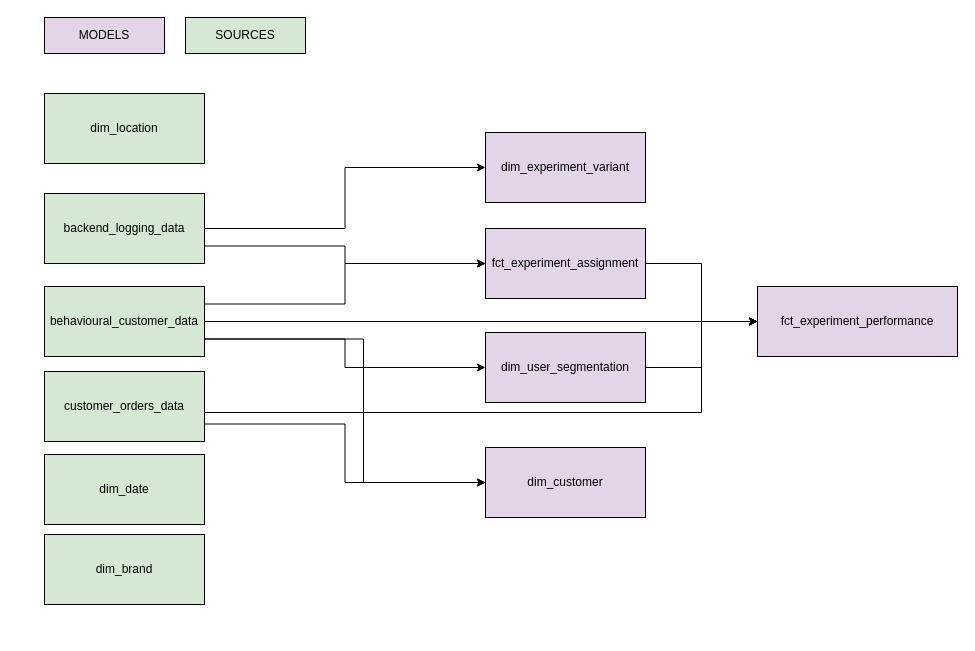
Above: page "Data Lineage" (3 of 7) of delivery hero.drawio in domenicoboris89/Diagrams (draw.io), before the change. Source tidied: cells renumbered, new cells numbered last; positions are measured from the earlier drawing's top-left corner, leaving out a move shared by most shapes. Both pictures are drawn from the tidied source at 100%, with x=0, y=0 at pixel (44, 17).
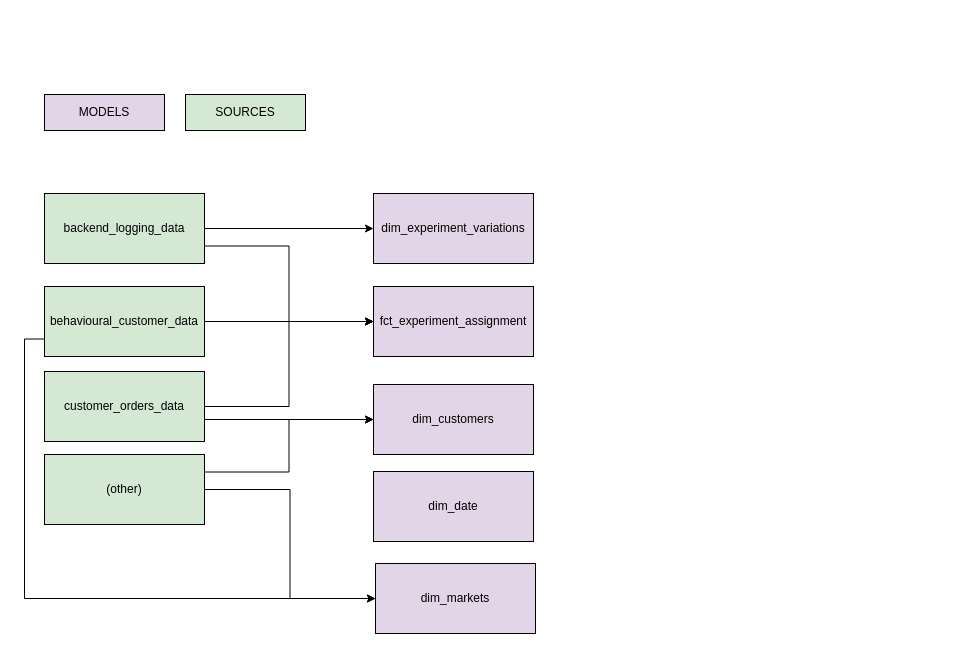
The same page after the edit.

The change refers to these unchanged cells:
```xml
<mxCell id="9" value="behavioural_customer_data" style="html=1;whiteSpace=wrap;fillColor=#D5E8D4;" parent="1" vertex="1">
  <mxGeometry y="269" width="160" height="70" as="geometry" />
</mxCell>
<mxCell id="12" value="customer_orders_data" style="html=1;whiteSpace=wrap;fillColor=#D5E8D4;" parent="1" vertex="1">
  <mxGeometry y="354" width="160" height="70" as="geometry" />
</mxCell>
```

Diff of the diagram source:
```diff
@@
-    <mxCell id="5" style="edgeStyle=orthogonalEdgeStyle;rounded=0;jettySize=auto;html=1;exitX=1;exitY=0.75;exitDx=0;exitDy=0;entryX=0;entryY=0.5;entryDx=0;entryDy=0;" parent="1" edge="1" source="9" target="18">
-      <mxGeometry relative="1" as="geometry" />
-    </mxCell>
-    <mxCell id="6" style="edgeStyle=orthogonalEdgeStyle;rounded=0;jettySize=auto;html=1;exitX=1;exitY=0.5;exitDx=0;exitDy=0;entryX=0;entryY=0.5;entryDx=0;entryDy=0;" parent="1" edge="1" source="9" target="19">
-      <mxGeometry relative="1" as="geometry" />
-    </mxCell>
-    <mxCell id="7" style="edgeStyle=orthogonalEdgeStyle;rounded=0;jettySize=auto;html=1;exitX=1;exitY=0.25;exitDx=0;exitDy=0;" parent="1" edge="1" source="9" target="21">
+    <mxCell id="7" style="edgeStyle=orthogonalEdgeStyle;rounded=0;jettySize=auto;html=1;exitX=1;exitY=0.5;exitDx=0;exitDy=0;entryX=0;entryY=0.5;entryDx=0;entryDy=0;" parent="1" edge="1" source="9" target="21">
       <mxGeometry relative="1" as="geometry" />
     </mxCell>
-    <mxCell id="8" style="edgeStyle=orthogonalEdgeStyle;rounded=0;jettySize=auto;html=1;exitX=1;exitY=0.75;exitDx=0;exitDy=0;entryX=0;entryY=0.5;entryDx=0;entryDy=0;" parent="1" edge="1" source="9" target="22">
-      <mxGeometry relative="1" as="geometry">
-        <Array as="points">
-          <mxPoint x="319" y="322" />
-          <mxPoint x="319" y="465" />
-        </Array>
-      </mxGeometry>
-    </mxCell>
+    <mxCell id="25" style="edgeStyle=orthogonalEdgeStyle;rounded=0;jettySize=auto;html=1;exitX=0;exitY=0.75;exitDx=0;exitDy=0;entryX=0;entryY=0.5;entryDx=0;entryDy=0;" parent="1" edge="1" source="9" target="29">
+      <mxGeometry relative="1" as="geometry" />
+    </mxCell>
@@
-    <mxCell id="10" style="edgeStyle=orthogonalEdgeStyle;rounded=0;jettySize=auto;html=1;exitX=1;exitY=0.75;exitDx=0;exitDy=0;entryX=0;entryY=0.5;entryDx=0;entryDy=0;" parent="1" edge="1" source="12" target="19">
-      <mxGeometry relative="1" as="geometry">
-        <Array as="points">
-          <mxPoint x="160" y="395" />
-          <mxPoint x="657" y="395" />
-          <mxPoint x="657" y="304" />
-        </Array>
-      </mxGeometry>
-    </mxCell>
-    <mxCell id="11" style="edgeStyle=orthogonalEdgeStyle;rounded=0;jettySize=auto;html=1;exitX=1;exitY=0.75;exitDx=0;exitDy=0;entryX=0;entryY=0.5;entryDx=0;entryDy=0;" parent="1" edge="1" source="12" target="22">
-      <mxGeometry relative="1" as="geometry" />
-    </mxCell>
+    <mxCell id="26" style="edgeStyle=orthogonalEdgeStyle;rounded=0;jettySize=auto;html=1;exitX=1;exitY=0.5;exitDx=0;exitDy=0;entryX=0;entryY=0.5;entryDx=0;entryDy=0;" parent="1" edge="1" source="12" target="21">
+      <mxGeometry relative="1" as="geometry" />
+    </mxCell>
+    <mxCell id="27" style="edgeStyle=orthogonalEdgeStyle;rounded=0;jettySize=auto;html=1;exitX=1;exitY=0.75;exitDx=0;exitDy=0;" parent="1" edge="1" source="12" target="28">
+      <mxGeometry relative="1" as="geometry">
+        <Array as="points">
+          <mxPoint x="160" y="402" />
+        </Array>
+      </mxGeometry>
+    </mxCell>
@@
-    <mxCell id="13" value="dim_date" style="html=1;whiteSpace=wrap;fillColor=#D5E8D4;" parent="1" vertex="1">
-      <mxGeometry y="437" width="160" height="70" as="geometry" />
-    </mxCell>
-    <mxCell id="14" value="dim_experiment_variant" style="html=1;whiteSpace=wrap;fillColor=#E1D5E7;" parent="1" vertex="1">
-      <mxGeometry x="441" y="115" width="160" height="70" as="geometry" />
+    <mxCell id="14" value="dim_experiment_variations" style="html=1;whiteSpace=wrap;fillColor=#E1D5E7;" parent="1" vertex="1">
+      <mxGeometry x="329" y="176" width="160" height="70" as="geometry" />
     </mxCell>
-    <mxCell id="15" value="dim_location" style="html=1;whiteSpace=wrap;fillColor=#D5E8D4;" parent="1" vertex="1">
-      <mxGeometry y="76" width="160" height="70" as="geometry" />
-    </mxCell>
-    <mxCell id="16" value="dim_brand" style="html=1;whiteSpace=wrap;fillColor=#D5E8D4;" parent="1" vertex="1">
-      <mxGeometry y="517" width="160" height="70" as="geometry" />
-    </mxCell>
-    <mxCell id="17" style="edgeStyle=orthogonalEdgeStyle;rounded=0;jettySize=auto;html=1;exitX=1;exitY=0.5;exitDx=0;exitDy=0;entryX=0;entryY=0.5;entryDx=0;entryDy=0;" parent="1" edge="1" source="18" target="19">
-      <mxGeometry relative="1" as="geometry" />
-    </mxCell>
-    <mxCell id="18" value="dim_user_segmentation" style="html=1;whiteSpace=wrap;fillColor=#E1D5E7;" parent="1" vertex="1">
-      <mxGeometry x="441" y="315" width="160" height="70" as="geometry" />
-    </mxCell>
-    <mxCell id="19" value="fct_experiment_performance" style="html=1;whiteSpace=wrap;fillColor=#E1D5E7;" parent="1" vertex="1">
-      <mxGeometry x="713" y="269" width="200" height="70" as="geometry" />
-    </mxCell>
-    <mxCell id="20" style="edgeStyle=orthogonalEdgeStyle;rounded=0;jettySize=auto;html=1;exitX=1;exitY=0.5;exitDx=0;exitDy=0;entryX=0;entryY=0.5;entryDx=0;entryDy=0;" parent="1" edge="1" source="21" target="19">
-      <mxGeometry relative="1" as="geometry" />
-    </mxCell>
     <mxCell id="21" value="fct_experiment_assignment" style="html=1;whiteSpace=wrap;fillColor=#E1D5E7;" parent="1" vertex="1">
-      <mxGeometry x="441" y="211" width="160" height="70" as="geometry" />
+      <mxGeometry x="329" y="269" width="160" height="70" as="geometry" />
     </mxCell>
-    <mxCell id="22" value="dim_customer" style="html=1;whiteSpace=wrap;fillColor=#E1D5E7;" parent="1" vertex="1">
-      <mxGeometry x="441" y="430" width="160" height="70" as="geometry" />
-    </mxCell>
     <mxCell id="23" value="MODELS" style="rounded=0;whiteSpace=wrap;html=1;fillColor=#E1D5E7;" parent="1" vertex="1">
-      <mxGeometry width="120" height="36" as="geometry" />
+      <mxGeometry y="77" width="120" height="36" as="geometry" />
     </mxCell>
     <mxCell id="24" value="SOURCES" style="rounded=0;whiteSpace=wrap;html=1;fillColor=#D5E8D4;" parent="1" vertex="1">
-      <mxGeometry x="141" width="120" height="36" as="geometry" />
+      <mxGeometry x="141" y="77" width="120" height="36" as="geometry" />
     </mxCell>
+    <mxCell id="28" value="dim_customers" style="html=1;whiteSpace=wrap;fillColor=#E1D5E7;" parent="1" vertex="1">
+      <mxGeometry x="329" y="367" width="160" height="70" as="geometry" />
+    </mxCell>
+    <mxCell id="29" value="dim_markets" style="html=1;whiteSpace=wrap;fillColor=#E1D5E7;" parent="1" vertex="1">
+      <mxGeometry x="331" y="546" width="160" height="70" as="geometry" />
+    </mxCell>
+    <mxCell id="13" value="dim_date" style="html=1;whiteSpace=wrap;fillColor=#E1D5E7;" parent="1" vertex="1">
+      <mxGeometry x="329" y="454" width="160" height="70" as="geometry" />
+    </mxCell>
+    <mxCell id="30" style="edgeStyle=orthogonalEdgeStyle;rounded=0;jettySize=auto;html=1;exitX=1;exitY=0.5;exitDx=0;exitDy=0;entryX=0;entryY=0.5;entryDx=0;entryDy=0;" parent="1" edge="1" source="32" target="29">
+      <mxGeometry relative="1" as="geometry" />
+    </mxCell>
+    <mxCell id="31" style="edgeStyle=orthogonalEdgeStyle;rounded=0;jettySize=auto;html=1;exitX=1;exitY=0.25;exitDx=0;exitDy=0;entryX=0;entryY=0.5;entryDx=0;entryDy=0;" parent="1" edge="1" source="32" target="28">
+      <mxGeometry relative="1" as="geometry" />
+    </mxCell>
+    <mxCell id="32" value="(other)" style="html=1;whiteSpace=wrap;fillColor=#D5E8D4;" parent="1" vertex="1">
+      <mxGeometry y="437" width="160" height="70" as="geometry" />
+    </mxCell>
```
